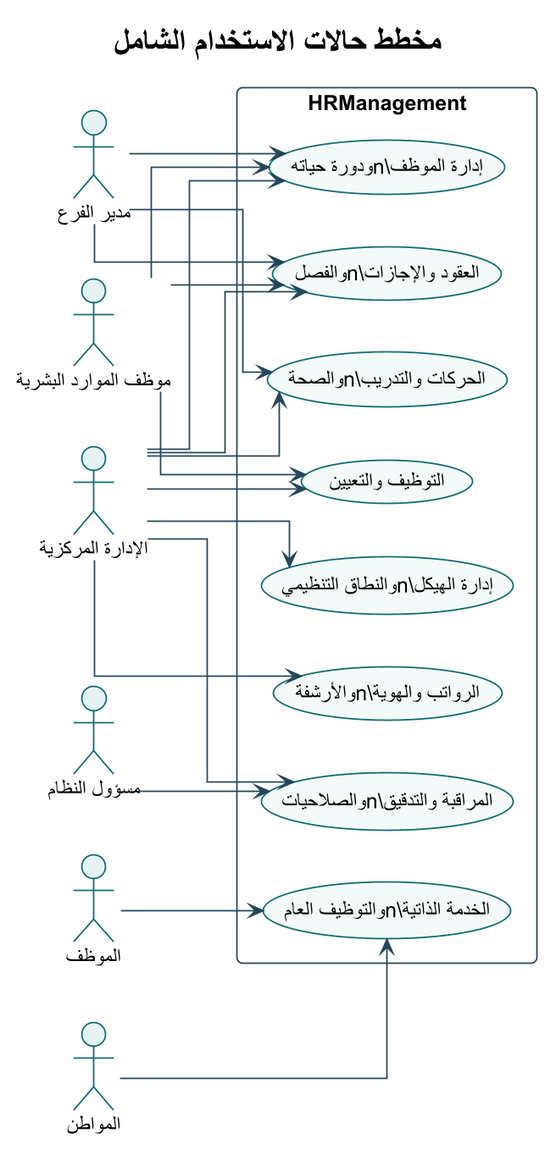
Above: docs/thesis_diagrams/rendered/02_usecase_master.png in omardefdev/HRManagement (PlantUML), before the change. The source it was exported from:
```plantuml
@startuml
!theme plain
skinparam backgroundColor #FFFFFF
skinparam defaultFontName Arial
skinparam shadowing false
skinparam roundcorner 8
skinparam linetype ortho
skinparam dpi 170
skinparam ArrowColor #24465A
skinparam ActorBorderColor #0F6B73
skinparam ActorBackgroundColor #E6F3F3
skinparam UsecaseBorderColor #0F6B73
skinparam UsecaseBackgroundColor #F4FAFA
skinparam RectangleBorderColor #24465A
skinparam RectangleBackgroundColor #F8FBFC
skinparam ComponentBorderColor #24465A
skinparam ComponentBackgroundColor #F4F7F8
skinparam ClassBorderColor #24465A
skinparam ClassBackgroundColor #F8FBFC
skinparam SequenceLifeLineBorderColor #78909C
skinparam SequenceParticipantBorderColor #24465A
skinparam SequenceParticipantBackgroundColor #F4F7F8

title مخطط حالات الاستخدام الشامل
left to right direction
actor "الإدارة المركزية" as Central
actor "مدير الفرع" as BranchManager
actor "موظف الموارد البشرية" as HrOfficer
actor "الموظف" as Employee
actor "المواطن" as Citizen
actor "مسؤول النظام" as Admin
rectangle "HRManagement" {
  usecase "إدارة الهيكل\\nوالنطاق التنظيمي" as UCOrg
  usecase "إدارة الموظف\\nودورة حياته" as UCEmp
  usecase "التوظيف والتعيين" as UCHire
  usecase "العقود والإجازات\\nوالفصل" as UCContracts
  usecase "الحركات والتدريب\\nوالصحة" as UCPeople
  usecase "الرواتب والهوية\\nوالأرشفة" as UCOps
  usecase "الخدمة الذاتية\\nوالتوظيف العام" as UCPortal
  usecase "المراقبة والتدقيق\\nوالصلاحيات" as UCGov
}
Central --> UCOrg
Central --> UCEmp
Central --> UCHire
Central --> UCContracts
Central --> UCPeople
Central --> UCOps
Central --> UCGov
BranchManager --> UCEmp
BranchManager --> UCContracts
BranchManager --> UCPeople
HrOfficer --> UCEmp
HrOfficer --> UCHire
HrOfficer --> UCContracts
Employee --> UCPortal
Citizen --> UCPortal
Admin --> UCGov
@enduml
```
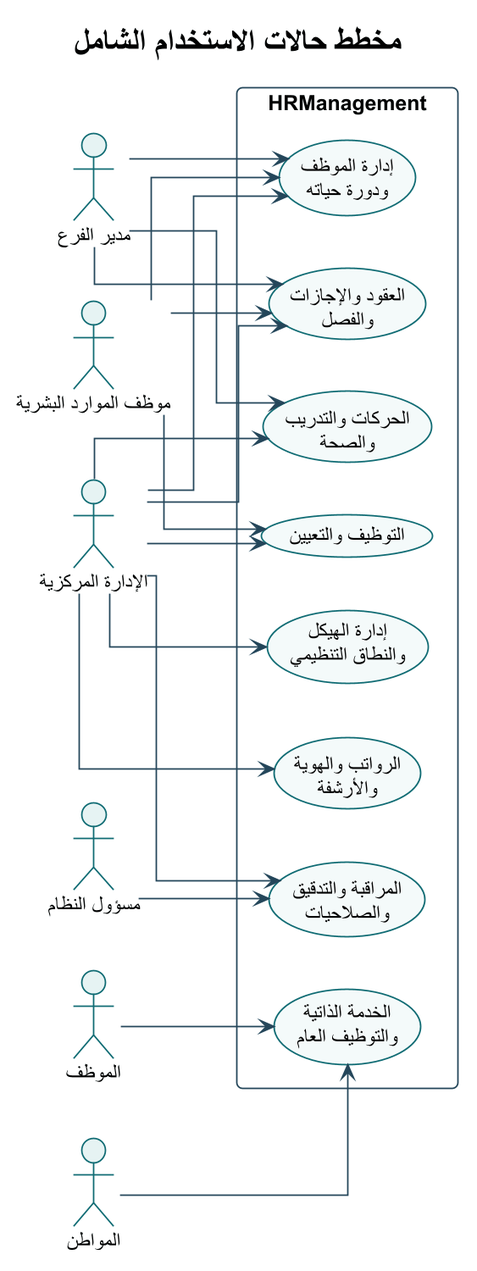
The same diagram one commit later.

The edit, as a diff of the source:
```diff
@@ -30,14 +30,14 @@
 actor "المواطن" as Citizen
 actor "مسؤول النظام" as Admin
 rectangle "HRManagement" {
-  usecase "إدارة الهيكل\\nوالنطاق التنظيمي" as UCOrg
-  usecase "إدارة الموظف\\nودورة حياته" as UCEmp
+  usecase "إدارة الهيكل\nوالنطاق التنظيمي" as UCOrg
+  usecase "إدارة الموظف\nودورة حياته" as UCEmp
   usecase "التوظيف والتعيين" as UCHire
-  usecase "العقود والإجازات\\nوالفصل" as UCContracts
-  usecase "الحركات والتدريب\\nوالصحة" as UCPeople
-  usecase "الرواتب والهوية\\nوالأرشفة" as UCOps
-  usecase "الخدمة الذاتية\\nوالتوظيف العام" as UCPortal
-  usecase "المراقبة والتدقيق\\nوالصلاحيات" as UCGov
+  usecase "العقود والإجازات\nوالفصل" as UCContracts
+  usecase "الحركات والتدريب\nوالصحة" as UCPeople
+  usecase "الرواتب والهوية\nوالأرشفة" as UCOps
+  usecase "الخدمة الذاتية\nوالتوظيف العام" as UCPortal
+  usecase "المراقبة والتدقيق\nوالصلاحيات" as UCGov
 }
 Central --> UCOrg
 Central --> UCEmp
```
